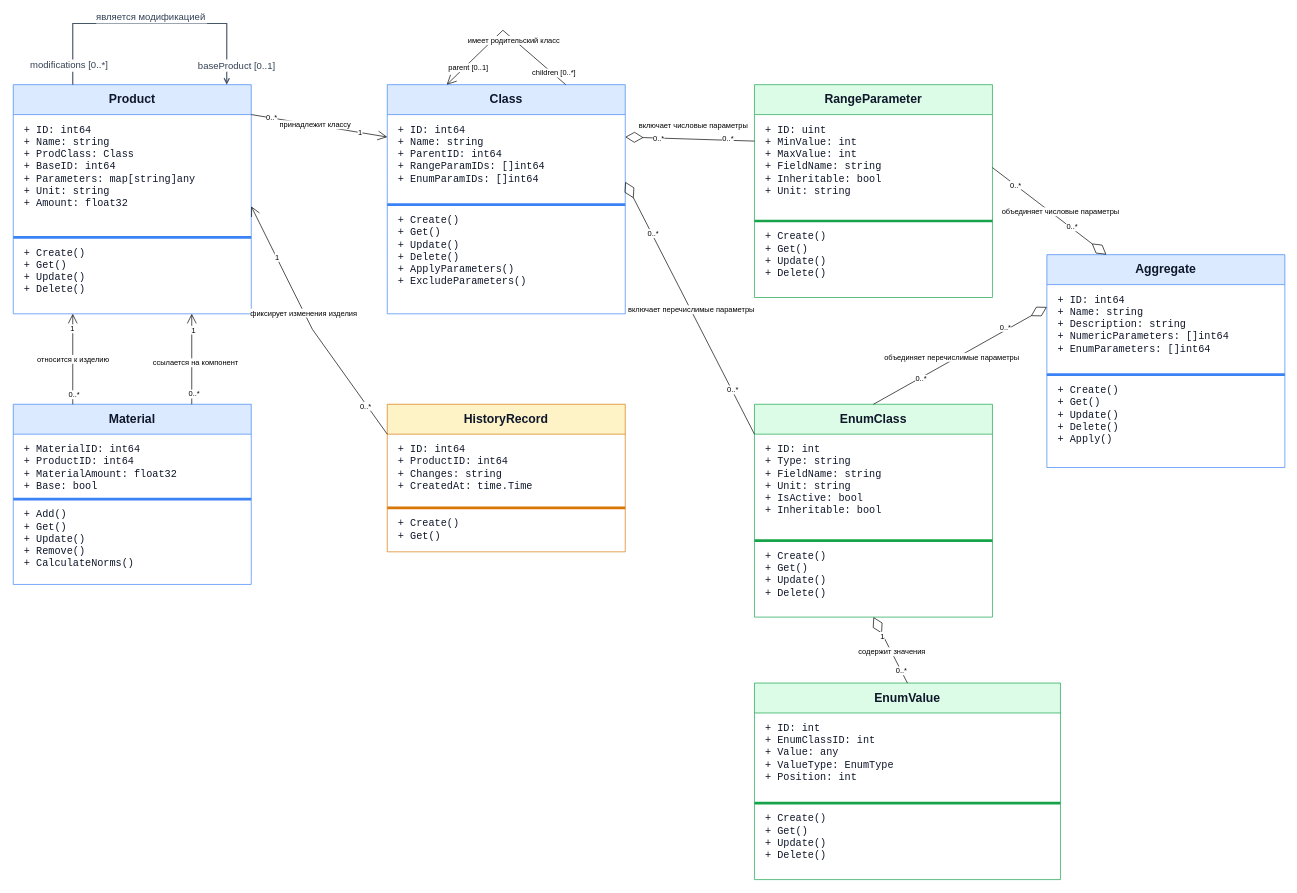
Before: doc/class.drawio in lazarevFedor/Brewery, a draw.io diagram. Source tidied: cells renumbered, new cells numbered last; positions are measured from the earlier drawing's top-left corner, leaving out a move shared by most shapes. Both pictures are drawn from the tidied source at 68%, with x=0, y=0 at pixel (13, 23).
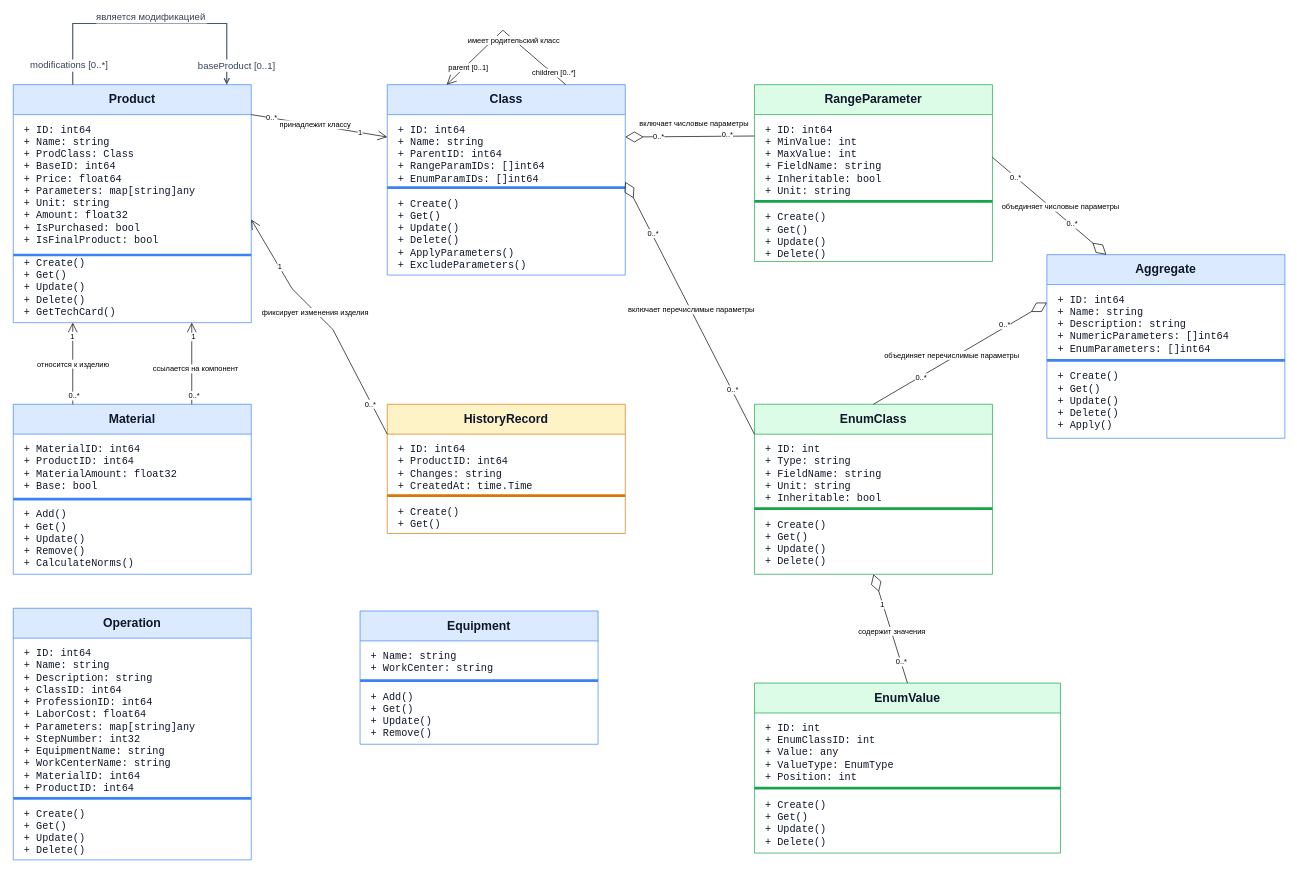
The same page after the edit.

Commit message:
feat(uml): updated class diagram

Diff of the diagram source:
```diff
@@
     <mxCell id="2" value="Product" style="swimlane;html=0;startSize=44;horizontal=1;rounded=0;fillColor=#dbeafe;swimlaneFillColor=#ffffff;strokeColor=#3b82f6;fontColor=#0f172a;fontSize=18;fontStyle=1;align=center;whiteSpace=wrap;" parent="1" vertex="1">
-      <mxGeometry y="90" width="350" height="337" as="geometry" />
+      <mxGeometry y="90" width="350" height="350" as="geometry" />
     </mxCell>
-    <mxCell id="3" value="+ ID: int64&#10;+ Name: string&#10;+ ProdClass: Class&#10;+ BaseID: int64&#10;+ Parameters: map[string]any&#10;+ Unit: string&#10;+ Amount: float32" style="text;html=0;align=left;verticalAlign=top;spacingLeft=14;spacingTop=8;fontFamily=Courier New;fontSize=15;fontColor=#0f172a;whiteSpace=wrap;overflow=hidden;" parent="2" vertex="1">
-      <mxGeometry y="44" width="350" height="180" as="geometry" />
+    <mxCell id="3" value="+ ID: int64&#10;+ Name: string&#10;+ ProdClass: Class&#10;+ BaseID: int64&#10;+ Price: float64&#10;+ Parameters: map[string]any&#10;+ Unit: string&#10;+ Amount: float32&#10;+ IsPurchased: bool&#10;+ IsFinalProduct: bool&#10;" style="text;html=0;align=left;verticalAlign=top;spacingLeft=14;spacingTop=8;fontFamily=Courier New;fontSize=15;fontColor=#0f172a;whiteSpace=wrap;overflow=hidden;" parent="2" vertex="1">
+      <mxGeometry y="44" width="350" height="206" as="geometry" />
     </mxCell>
     <mxCell id="4" style="line;strokeColor=#3b82f6;" parent="2" vertex="1">
-      <mxGeometry y="224" width="350" height="1" as="geometry" />
+      <mxGeometry y="250" width="350" height="1" as="geometry" />
     </mxCell>
-    <mxCell id="5" value="+ Create()&#10;+ Get()&#10;+ Update()&#10;+ Delete()" style="text;html=0;align=left;verticalAlign=top;spacingLeft=14;spacingTop=8;fontFamily=Courier New;fontSize=15;fontColor=#0f172a;whiteSpace=wrap;overflow=hidden;" parent="2" vertex="1">
-      <mxGeometry y="225" width="350" height="112" as="geometry" />
+    <mxCell id="5" value="+ Create()&#10;+ Get()&#10;+ Update()&#10;+ Delete()&#10;+ GetTechCard()" style="text;html=0;align=left;verticalAlign=top;spacingLeft=14;spacingTop=8;fontFamily=Courier New;fontSize=15;fontColor=#0f172a;whiteSpace=wrap;overflow=hidden;" parent="2" vertex="1">
+      <mxGeometry y="240" width="350" height="110" as="geometry" />
     </mxCell>
     <mxCell id="6" value="Class" style="swimlane;html=0;startSize=44;horizontal=1;rounded=0;fillColor=#dbeafe;swimlaneFillColor=#ffffff;strokeColor=#3b82f6;fontColor=#0f172a;fontSize=18;fontStyle=1;align=center;whiteSpace=wrap;" parent="1" vertex="1">
-      <mxGeometry x="550" y="90" width="350" height="337" as="geometry" />
+      <mxGeometry x="550" y="90" width="350" height="280" as="geometry" />
     </mxCell>
@@
     <mxCell id="8" style="line;strokeColor=#3b82f6;" parent="6" vertex="1">
-      <mxGeometry y="176" width="350" height="1" as="geometry" />
+      <mxGeometry y="151" width="350" height="1" as="geometry" />
     </mxCell>
     <mxCell id="9" value="+ Create()&#10;+ Get()&#10;+ Update()&#10;+ Delete()&#10;+ ApplyParameters()&#10;+ ExcludeParameters()" style="text;html=0;align=left;verticalAlign=top;spacingLeft=14;spacingTop=8;fontFamily=Courier New;fontSize=15;fontColor=#0f172a;whiteSpace=wrap;overflow=hidden;" parent="6" vertex="1">
-      <mxGeometry y="177" width="350" height="160" as="geometry" />
+      <mxGeometry y="153" width="350" height="127" as="geometry" />
     </mxCell>
     <mxCell id="10" value="RangeParameter" style="swimlane;html=0;startSize=44;horizontal=1;rounded=0;fillColor=#dcfce7;swimlaneFillColor=#ffffff;strokeColor=#16a34a;fontColor=#0f172a;fontSize=18;fontStyle=1;align=center;whiteSpace=wrap;" parent="1" vertex="1">
-      <mxGeometry x="1090" y="90" width="350" height="313" as="geometry" />
+      <mxGeometry x="1090" y="90" width="350" height="260" as="geometry" />
     </mxCell>
-    <mxCell id="11" value="+ ID: uint&#10;+ MinValue: int&#10;+ MaxValue: int&#10;+ FieldName: string&#10;+ Inheritable: bool&#10;+ Unit: string" style="text;html=0;align=left;verticalAlign=top;spacingLeft=14;spacingTop=8;fontFamily=Courier New;fontSize=15;fontColor=#0f172a;whiteSpace=wrap;overflow=hidden;" parent="10" vertex="1">
-      <mxGeometry y="44" width="350" height="156" as="geometry" />
+    <mxCell id="11" value="+ ID: int64&#10;+ MinValue: int&#10;+ MaxValue: int&#10;+ FieldName: string&#10;+ Inheritable: bool&#10;+ Unit: string" style="text;html=0;align=left;verticalAlign=top;spacingLeft=14;spacingTop=8;fontFamily=Courier New;fontSize=15;fontColor=#0f172a;whiteSpace=wrap;overflow=hidden;" parent="10" vertex="1">
+      <mxGeometry y="44" width="350" height="126" as="geometry" />
     </mxCell>
     <mxCell id="12" style="line;strokeColor=#16a34a;" parent="10" vertex="1">
-      <mxGeometry y="200" width="350" height="1" as="geometry" />
+      <mxGeometry y="171" width="350" height="1" as="geometry" />
     </mxCell>
     <mxCell id="13" value="+ Create()&#10;+ Get()&#10;+ Update()&#10;+ Delete()" style="text;html=0;align=left;verticalAlign=top;spacingLeft=14;spacingTop=8;fontFamily=Courier New;fontSize=15;fontColor=#0f172a;whiteSpace=wrap;overflow=hidden;" parent="10" vertex="1">
-      <mxGeometry y="201" width="350" height="112" as="geometry" />
+      <mxGeometry y="173" width="350" height="87" as="geometry" />
     </mxCell>
     <mxCell id="14" value="Material" style="swimlane;html=0;startSize=44;horizontal=1;rounded=0;fillColor=#dbeafe;swimlaneFillColor=#ffffff;strokeColor=#3b82f6;fontColor=#0f172a;fontSize=18;fontStyle=1;align=center;whiteSpace=wrap;" parent="1" vertex="1">
-      <mxGeometry y="560" width="350" height="265" as="geometry" />
+      <mxGeometry y="560" width="350" height="250" as="geometry" />
     </mxCell>
@@
     <mxCell id="17" value="+ Add()&#10;+ Get()&#10;+ Update()&#10;+ Remove()&#10;+ CalculateNorms()" style="text;html=0;align=left;verticalAlign=top;spacingLeft=14;spacingTop=8;fontFamily=Courier New;fontSize=15;fontColor=#0f172a;whiteSpace=wrap;overflow=hidden;" parent="14" vertex="1">
-      <mxGeometry y="140" width="350" height="125" as="geometry" />
+      <mxGeometry y="140" width="350" height="110" as="geometry" />
     </mxCell>
     <mxCell id="18" value="HistoryRecord" style="swimlane;html=0;startSize=44;horizontal=1;rounded=0;fillColor=#fef3c7;swimlaneFillColor=#ffffff;strokeColor=#d97706;fontColor=#0f172a;fontSize=18;fontStyle=1;align=center;whiteSpace=wrap;" parent="1" vertex="1">
-      <mxGeometry x="550" y="560" width="350" height="217" as="geometry" />
+      <mxGeometry x="550" y="560" width="350" height="190" as="geometry" />
     </mxCell>
     <mxCell id="19" value="+ ID: int64&#10;+ ProductID: int64&#10;+ Changes: string&#10;+ CreatedAt: time.Time" style="text;html=0;align=left;verticalAlign=top;spacingLeft=14;spacingTop=8;fontFamily=Courier New;fontSize=15;fontColor=#0f172a;whiteSpace=wrap;overflow=hidden;" parent="18" vertex="1">
-      <mxGeometry y="44" width="350" height="108" as="geometry" />
+      <mxGeometry y="44" width="350" height="86" as="geometry" />
     </mxCell>
     <mxCell id="20" style="line;strokeColor=#d97706;" parent="18" vertex="1">
-      <mxGeometry y="152" width="350" height="1" as="geometry" />
+      <mxGeometry y="134" width="350" height="1" as="geometry" />
     </mxCell>
     <mxCell id="21" value="+ Create()&#10;+ Get()" style="text;html=0;align=left;verticalAlign=top;spacingLeft=14;spacingTop=8;fontFamily=Courier New;fontSize=15;fontColor=#0f172a;whiteSpace=wrap;overflow=hidden;" parent="18" vertex="1">
-      <mxGeometry y="153" width="350" height="64" as="geometry" />
+      <mxGeometry y="136" width="350" height="54" as="geometry" />
     </mxCell>
     <mxCell id="22" value="EnumClass" style="swimlane;html=0;startSize=44;horizontal=1;rounded=0;fillColor=#dcfce7;swimlaneFillColor=#ffffff;strokeColor=#16a34a;fontColor=#0f172a;fontSize=18;fontStyle=1;align=center;whiteSpace=wrap;" parent="1" vertex="1">
-      <mxGeometry x="1090" y="560" width="350" height="313" as="geometry" />
+      <mxGeometry x="1090" y="560" width="350" height="250" as="geometry" />
     </mxCell>
-    <mxCell id="23" value="+ ID: int&#10;+ Type: string&#10;+ FieldName: string&#10;+ Unit: string&#10;+ IsActive: bool&#10;+ Inheritable: bool" style="text;html=0;align=left;verticalAlign=top;spacingLeft=14;spacingTop=8;fontFamily=Courier New;fontSize=15;fontColor=#0f172a;whiteSpace=wrap;overflow=hidden;" parent="22" vertex="1">
-      <mxGeometry y="44" width="350" height="156" as="geometry" />
+    <mxCell id="23" value="+ ID: int&#10;+ Type: string&#10;+ FieldName: string&#10;+ Unit: string&#10;+ Inheritable: bool" style="text;html=0;align=left;verticalAlign=top;spacingLeft=14;spacingTop=8;fontFamily=Courier New;fontSize=15;fontColor=#0f172a;whiteSpace=wrap;overflow=hidden;" parent="22" vertex="1">
+      <mxGeometry y="44" width="350" height="106" as="geometry" />
     </mxCell>
     <mxCell id="24" style="line;strokeColor=#16a34a;" parent="22" vertex="1">
-      <mxGeometry y="200" width="350" height="1" as="geometry" />
+      <mxGeometry y="153" width="350" height="1" as="geometry" />
     </mxCell>
     <mxCell id="25" value="+ Create()&#10;+ Get()&#10;+ Update()&#10;+ Delete()" style="text;html=0;align=left;verticalAlign=top;spacingLeft=14;spacingTop=8;fontFamily=Courier New;fontSize=15;fontColor=#0f172a;whiteSpace=wrap;overflow=hidden;" parent="22" vertex="1">
-      <mxGeometry y="201" width="350" height="112" as="geometry" />
+      <mxGeometry y="155" width="350" height="90" as="geometry" />
     </mxCell>
     <mxCell id="26" value="Aggregate" style="swimlane;html=0;startSize=44;horizontal=1;rounded=0;fillColor=#dbeafe;swimlaneFillColor=#ffffff;strokeColor=#3b82f6;fontColor=#0f172a;fontSize=18;fontStyle=1;align=center;whiteSpace=wrap;" parent="1" vertex="1">
-      <mxGeometry x="1520" y="340" width="350" height="313" as="geometry" />
+      <mxGeometry x="1520" y="340" width="350" height="270" as="geometry" />
     </mxCell>
     <mxCell id="27" value="+ ID: int64&#10;+ Name: string&#10;+ Description: string&#10;+ NumericParameters: []int64&#10;+ EnumParameters: []int64" style="text;html=0;align=left;verticalAlign=top;spacingLeft=14;spacingTop=8;fontFamily=Courier New;fontSize=15;fontColor=#0f172a;whiteSpace=wrap;overflow=hidden;" parent="26" vertex="1">
-      <mxGeometry y="44" width="350" height="132" as="geometry" />
+      <mxGeometry y="44" width="350" height="106" as="geometry" />
     </mxCell>
     <mxCell id="28" style="line;strokeColor=#3b82f6;" parent="26" vertex="1">
-      <mxGeometry y="176" width="350" height="1" as="geometry" />
+      <mxGeometry y="155" width="350" height="1" as="geometry" />
     </mxCell>
     <mxCell id="29" value="+ Create()&#10;+ Get()&#10;+ Update()&#10;+ Delete()&#10;+ Apply()" style="text;html=0;align=left;verticalAlign=top;spacingLeft=14;spacingTop=8;fontFamily=Courier New;fontSize=15;fontColor=#0f172a;whiteSpace=wrap;overflow=hidden;" parent="26" vertex="1">
-      <mxGeometry y="177" width="350" height="136" as="geometry" />
+      <mxGeometry y="157" width="350" height="113" as="geometry" />
     </mxCell>
     <mxCell id="30" value="EnumValue" style="swimlane;html=0;startSize=44;horizontal=1;rounded=0;fillColor=#dcfce7;swimlaneFillColor=#ffffff;strokeColor=#16a34a;fontColor=#0f172a;fontSize=18;fontStyle=1;align=center;whiteSpace=wrap;" parent="1" vertex="1">
-      <mxGeometry x="1090" y="970" width="450" height="289" as="geometry" />
+      <mxGeometry x="1090" y="970" width="450" height="250" as="geometry" />
     </mxCell>
     <mxCell id="31" value="+ ID: int&#10;+ EnumClassID: int&#10;+ Value: any&#10;+ ValueType: EnumType&#10;+ Position: int" style="text;html=0;align=left;verticalAlign=top;spacingLeft=14;spacingTop=8;fontFamily=Courier New;fontSize=15;fontColor=#0f172a;whiteSpace=wrap;overflow=hidden;" parent="30" vertex="1">
-      <mxGeometry y="44" width="450" height="132" as="geometry" />
+      <mxGeometry y="44" width="450" height="106" as="geometry" />
     </mxCell>
     <mxCell id="32" style="line;strokeColor=#16a34a;" parent="30" vertex="1">
-      <mxGeometry y="176" width="450" height="1" as="geometry" />
+      <mxGeometry y="154" width="450" height="1" as="geometry" />
     </mxCell>
     <mxCell id="33" value="+ Create()&#10;+ Get()&#10;+ Update()&#10;+ Delete()" style="text;html=0;align=left;verticalAlign=top;spacingLeft=14;spacingTop=8;fontFamily=Courier New;fontSize=15;fontColor=#0f172a;whiteSpace=wrap;overflow=hidden;" parent="30" vertex="1">
-      <mxGeometry y="177" width="450" height="112" as="geometry" />
+      <mxGeometry y="157" width="450" height="93" as="geometry" />
     </mxCell>
@@
     <mxCell id="41" style="endArrow=open;endFill=1;endSize=12;html=1;rounded=0;entryX=1;entryY=0.75;entryDx=0;entryDy=0;exitX=0;exitY=0;exitDx=0;exitDy=0;" parent="1" edge="1" source="19" target="3">
       <mxGeometry relative="1" as="geometry">
         <Array as="points">
-          <mxPoint x="440" y="450" />
+          <mxPoint x="470" y="450" />
           <mxPoint x="410" y="390" />
         </Array>
       </mxGeometry>
     </mxCell>
@@
+    <mxCell id="77" value="Operation" style="swimlane;html=0;startSize=44;horizontal=1;rounded=0;fillColor=#dbeafe;swimlaneFillColor=#ffffff;strokeColor=#3b82f6;fontColor=#0f172a;fontSize=18;fontStyle=1;align=center;whiteSpace=wrap;" parent="1" vertex="1">
+      <mxGeometry y="860" width="350" height="370" as="geometry" />
+    </mxCell>
+    <mxCell id="78" value="+ ID: int64&#10;+ Name: string&#10;+ Description: string&#10;+ ClassID: int64&#10;+ ProfessionID: int64&#10;+ LaborCost: float64&#10;+ Parameters: map[string]any&#10;+ StepNumber: int32&#10;+ EquipmentName: string&#10;+ WorkCenterName: string&#10;+ MaterialID: int64&#10;+ ProductID: int64&#10;" style="text;html=0;align=left;verticalAlign=top;spacingLeft=14;spacingTop=8;fontFamily=Courier New;fontSize=15;fontColor=#0f172a;whiteSpace=wrap;overflow=hidden;" parent="77" vertex="1">
+      <mxGeometry y="44" width="350" height="236" as="geometry" />
+    </mxCell>
+    <mxCell id="79" style="line;strokeColor=#3b82f6;" parent="77" vertex="1">
+      <mxGeometry y="279" width="350" height="1" as="geometry" />
+    </mxCell>
+    <mxCell id="80" value="+ Create()&#10;+ Get()&#10;+ Update()&#10;+ Delete()" style="text;html=0;align=left;verticalAlign=top;spacingLeft=14;spacingTop=8;fontFamily=Courier New;fontSize=15;fontColor=#0f172a;whiteSpace=wrap;overflow=hidden;" parent="77" vertex="1">
+      <mxGeometry y="280" width="350" height="90" as="geometry" />
+    </mxCell>
+    <mxCell id="81" value="Equipment" style="swimlane;html=0;startSize=44;horizontal=1;rounded=0;fillColor=#dbeafe;swimlaneFillColor=#ffffff;strokeColor=#3b82f6;fontColor=#0f172a;fontSize=18;fontStyle=1;align=center;whiteSpace=wrap;" parent="1" vertex="1">
+      <mxGeometry x="510" y="864" width="350" height="196" as="geometry" />
+    </mxCell>
+    <mxCell id="82" value="+ Name: string&#10;+ WorkCenter: string" style="text;html=0;align=left;verticalAlign=top;spacingLeft=14;spacingTop=8;fontFamily=Courier New;fontSize=15;fontColor=#0f172a;whiteSpace=wrap;overflow=hidden;" parent="81" vertex="1">
+      <mxGeometry y="44" width="350" height="56" as="geometry" />
+    </mxCell>
+    <mxCell id="83" style="line;strokeColor=#3b82f6;" parent="81" vertex="1">
+      <mxGeometry y="102" width="350" height="1" as="geometry" />
+    </mxCell>
+    <mxCell id="84" value="+ Add()&#10;+ Get()&#10;+ Update()&#10;+ Remove()" style="text;html=0;align=left;verticalAlign=top;spacingLeft=14;spacingTop=8;fontFamily=Courier New;fontSize=15;fontColor=#0f172a;whiteSpace=wrap;overflow=hidden;" parent="81" vertex="1">
+      <mxGeometry y="104" width="350" height="86" as="geometry" />
+    </mxCell>
```
